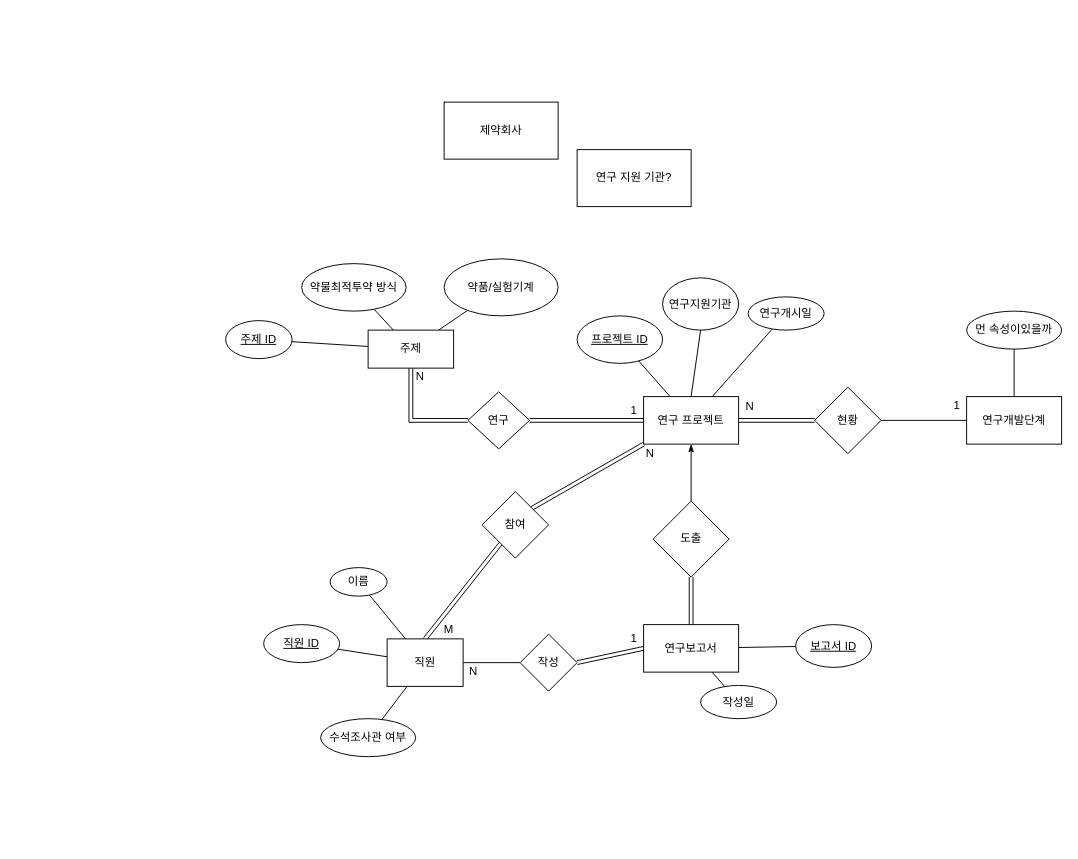
Earlier version of the draw.io diagram Project3.drawio (EarthlyZ9/database-proj3). Source tidied: cells renumbered, new cells numbered last; positions are measured from the earlier drawing's top-left corner, leaving out a move shared by most shapes. Both pictures are drawn from the tidied source at 95%, with x=0, y=0 at pixel (225, 102).
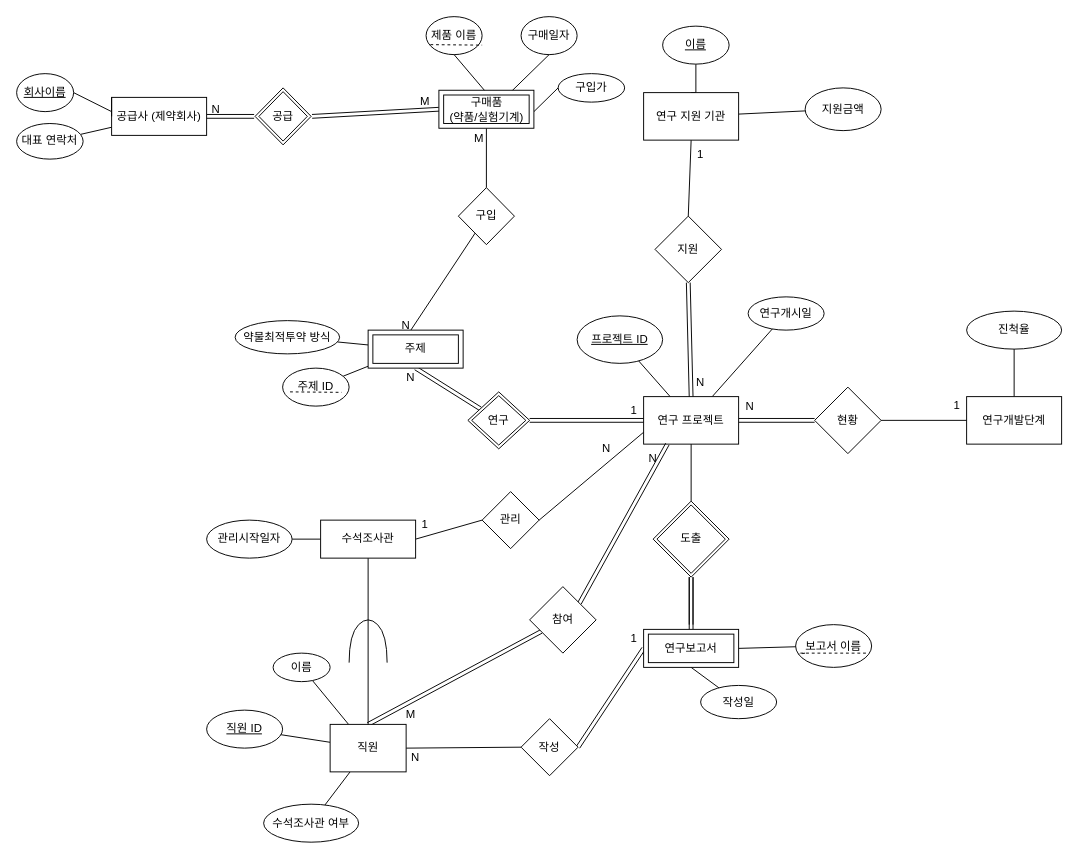
The same page after the edit.

Commit message:
Reflect weak entities and weak relations

Unchanged cells that the change refers to:
```xml
<mxCell id="7" value="연구 프로젝트" style="rounded=0;whiteSpace=wrap;html=1;" parent="1" vertex="1">
  <mxGeometry x="440" y="310" width="100" height="50" as="geometry" />
</mxCell>
<mxCell id="24" value="작성일" style="ellipse;whiteSpace=wrap;html=1;rounded=0;" parent="1" vertex="1">
  <mxGeometry x="500" y="614" width="80" height="35" as="geometry" />
</mxCell>
```

What changed in the source:
```diff
@@
+    <mxCell id="31" value="보고서 이름" style="ellipse;whiteSpace=wrap;html=1;rounded=0;" parent="1" vertex="1">
+      <mxGeometry x="600" y="550" width="80" height="45" as="geometry" />
+    </mxCell>
-    <mxCell id="2" style="rounded=0;jettySize=auto;html=1;exitX=0.5;exitY=0;exitDx=0;exitDy=0;entryX=0.5;entryY=1;entryDx=0;entryDy=0;endArrow=none;endFill=0;" parent="1" edge="1" source="7" target="8">
+    <mxCell id="2" style="rounded=0;jettySize=auto;html=1;exitX=0.5;exitY=0;exitDx=0;exitDy=0;entryX=0.5;entryY=1;entryDx=0;entryDy=0;endArrow=none;endFill=0;startArrow=none;" parent="1" edge="1" source="62" target="55">
       <mxGeometry relative="1" as="geometry" />
     </mxCell>
-    <mxCell id="3" style="edgeStyle=orthogonalEdgeStyle;rounded=0;jettySize=auto;html=1;endArrow=none;endFill=0;entryX=0.5;entryY=1;entryDx=0;entryDy=0;startArrow=none;shape=link;" parent="1" edge="1" source="38" target="15">
+    <mxCell id="3" style="rounded=0;jettySize=auto;html=1;endArrow=none;endFill=0;entryX=0.5;entryY=1;entryDx=0;entryDy=0;startArrow=none;shape=link;" parent="1" edge="1" source="38" target="15">
       <mxGeometry relative="1" as="geometry" />
     </mxCell>
@@
-    <mxCell id="8" value="연구지원기관" style="ellipse;whiteSpace=wrap;html=1;" parent="1" vertex="1">
-      <mxGeometry x="460" y="185" width="80" height="55" as="geometry" />
-    </mxCell>
@@
-    <mxCell id="11" value="먼 속성이있을까" style="ellipse;whiteSpace=wrap;html=1;rounded=0;" parent="1" vertex="1">
+    <mxCell id="11" value="진척율" style="ellipse;whiteSpace=wrap;html=1;rounded=0;" parent="1" vertex="1">
       <mxGeometry x="780" y="220" width="100" height="40" as="geometry" />
     </mxCell>
-    <mxCell id="12" style="edgeStyle=none;rounded=0;jettySize=auto;html=1;endArrow=none;endFill=0;" parent="1" edge="1" source="15" target="16">
-      <mxGeometry relative="1" as="geometry" />
+    <mxCell id="12" style="edgeStyle=none;rounded=0;jettySize=auto;html=1;endArrow=none;endFill=0;" parent="1" edge="1" target="16">
+      <mxGeometry relative="1" as="geometry">
+        <mxPoint x="150" y="255.6" as="sourcePoint" />
+      </mxGeometry>
     </mxCell>
-    <mxCell id="13" style="edgeStyle=none;rounded=0;jettySize=auto;html=1;endArrow=none;endFill=0;" parent="1" edge="1" source="15" target="17">
-      <mxGeometry relative="1" as="geometry" />
-    </mxCell>
-    <mxCell id="14" style="edgeStyle=none;rounded=0;jettySize=auto;html=1;endArrow=none;endFill=0;" parent="1" edge="1" source="15" target="52">
-      <mxGeometry relative="1" as="geometry" />
+    <mxCell id="14" style="edgeStyle=none;rounded=0;jettySize=auto;html=1;endArrow=none;endFill=0;" parent="1" edge="1" target="52">
+      <mxGeometry relative="1" as="geometry">
+        <mxPoint x="150" y="278" as="sourcePoint" />
+      </mxGeometry>
     </mxCell>
-    <mxCell id="15" value="주제" style="rounded=0;whiteSpace=wrap;html=1;" parent="1" vertex="1">
-      <mxGeometry x="150" y="240" width="90" height="40" as="geometry" />
-    </mxCell>
+    <mxCell id="57" style="rounded=0;jettySize=auto;html=1;exitX=0.5;exitY=0;exitDx=0;exitDy=0;endArrow=none;endFill=0;" parent="1" edge="1" target="69">
+      <mxGeometry relative="1" as="geometry">
+        <mxPoint x="195" y="240" as="sourcePoint" />
+      </mxGeometry>
+    </mxCell>
     <mxCell id="16" value="약물최적투약 방식" style="ellipse;whiteSpace=wrap;html=1;rounded=0;" parent="1" vertex="1">
-      <mxGeometry x="80" y="170" width="110" height="50" as="geometry" />
+      <mxGeometry x="10" y="230" width="110" height="35" as="geometry" />
     </mxCell>
-    <mxCell id="17" value="약품/실험기계" style="ellipse;whiteSpace=wrap;html=1;rounded=0;" parent="1" vertex="1">
-      <mxGeometry x="230" y="165" width="120" height="60" as="geometry" />
-    </mxCell>
-    <mxCell id="18" style="edgeStyle=none;rounded=0;jettySize=auto;html=1;endArrow=none;endFill=0;" parent="1" edge="1" source="20" target="24">
+    <mxCell id="18" style="edgeStyle=none;rounded=0;jettySize=auto;html=1;endArrow=none;endFill=0;exitX=0.5;exitY=1;exitDx=0;exitDy=0;" parent="1" edge="1" source="20" target="24">
       <mxGeometry relative="1" as="geometry" />
     </mxCell>
-    <mxCell id="19" style="edgeStyle=none;rounded=0;jettySize=auto;html=1;endArrow=none;endFill=0;" parent="1" edge="1" source="20" target="31">
+    <mxCell id="19" style="edgeStyle=none;rounded=0;jettySize=auto;html=1;endArrow=none;endFill=0;exitX=1;exitY=0.5;exitDx=0;exitDy=0;" parent="1" edge="1" source="20" target="31">
       <mxGeometry relative="1" as="geometry" />
     </mxCell>
-    <mxCell id="20" value="연구보고서" style="rounded=0;whiteSpace=wrap;html=1;" parent="1" vertex="1">
-      <mxGeometry x="440" y="550" width="100" height="50" as="geometry" />
-    </mxCell>
-    <mxCell id="21" style="edgeStyle=none;rounded=0;jettySize=auto;html=1;exitX=0.5;exitY=1;exitDx=0;exitDy=0;entryX=0.5;entryY=0;entryDx=0;entryDy=0;endArrow=none;endFill=0;shape=link;" parent="1" edge="1" source="23" target="20">
-      <mxGeometry relative="1" as="geometry" />
+    <mxCell id="21" style="edgeStyle=none;rounded=0;jettySize=auto;html=1;exitX=0.5;exitY=1;exitDx=0;exitDy=0;entryX=0.5;entryY=0;entryDx=0;entryDy=0;endArrow=none;endFill=0;shape=link;" parent="1" edge="1" source="23">
+      <mxGeometry relative="1" as="geometry">
+        <mxPoint x="490" y="550" as="targetPoint" />
+      </mxGeometry>
     </mxCell>
-    <mxCell id="22" style="edgeStyle=none;rounded=0;jettySize=auto;html=1;exitX=0.5;exitY=0;exitDx=0;exitDy=0;entryX=0.5;entryY=1;entryDx=0;entryDy=0;endArrow=classicThin;endFill=1;" parent="1" edge="1" source="23" target="7">
+    <mxCell id="22" style="edgeStyle=none;rounded=0;jettySize=auto;html=1;exitX=0.5;exitY=0;exitDx=0;exitDy=0;entryX=0.5;entryY=1;entryDx=0;entryDy=0;endArrow=none;endFill=0;" parent="1" edge="1" source="23" target="7">
       <mxGeometry relative="1" as="geometry" />
     </mxCell>
-    <mxCell id="23" value="도출" style="rhombus;whiteSpace=wrap;html=1;" parent="1" vertex="1">
+    <mxCell id="23" value="도출" style="rhombus;whiteSpace=wrap;html=1;double=1;" parent="1" vertex="1">
       <mxGeometry x="450" y="420" width="80" height="80" as="geometry" />
     </mxCell>
@@
     <mxCell id="30" value="직원" style="rounded=0;whiteSpace=wrap;html=1;" parent="1" vertex="1">
-      <mxGeometry x="170" y="565" width="80" height="50" as="geometry" />
+      <mxGeometry x="110" y="655" width="80" height="50" as="geometry" />
     </mxCell>
-    <mxCell id="31" value="&lt;u&gt;보고서 ID&lt;/u&gt;" style="ellipse;whiteSpace=wrap;html=1;rounded=0;" parent="1" vertex="1">
-      <mxGeometry x="600" y="550" width="80" height="45" as="geometry" />
-    </mxCell>
     <mxCell id="32" value="&lt;u&gt;직원 ID&lt;/u&gt;" style="ellipse;whiteSpace=wrap;html=1;rounded=0;" parent="1" vertex="1">
-      <mxGeometry x="40" y="550" width="80" height="40" as="geometry" />
+      <mxGeometry x="-20" y="640" width="80" height="40" as="geometry" />
     </mxCell>
     <mxCell id="33" value="이름" style="ellipse;whiteSpace=wrap;html=1;rounded=0;" parent="1" vertex="1">
-      <mxGeometry x="110" y="490" width="60" height="30" as="geometry" />
+      <mxGeometry x="50" y="580" width="60" height="30" as="geometry" />
     </mxCell>
-    <mxCell id="34" style="edgeStyle=none;rounded=0;jettySize=auto;html=1;exitX=1;exitY=0;exitDx=0;exitDy=0;entryX=0;entryY=1;entryDx=0;entryDy=0;endArrow=none;endFill=0;shape=link;" parent="1" edge="1" source="35" target="7">
+    <mxCell id="34" style="edgeStyle=none;rounded=0;jettySize=auto;html=1;exitX=1;exitY=0;exitDx=0;exitDy=0;entryX=0.75;entryY=0;entryDx=0;entryDy=0;endArrow=none;endFill=0;shape=link;" parent="1" edge="1" source="35" target="37">
       <mxGeometry relative="1" as="geometry" />
     </mxCell>
     <mxCell id="35" value="참여" style="rhombus;whiteSpace=wrap;html=1;" parent="1" vertex="1">
-      <mxGeometry x="270" y="410" width="70" height="70" as="geometry" />
+      <mxGeometry x="320" y="510" width="70" height="70" as="geometry" />
     </mxCell>
     <mxCell id="36" value="M" style="text;html=1;strokeColor=none;fillColor=none;align=center;verticalAlign=middle;whiteSpace=wrap;rounded=0;" parent="1" vertex="1">
-      <mxGeometry x="205" y="540" width="60" height="30" as="geometry" />
+      <mxGeometry x="164.5" y="630" width="60" height="30" as="geometry" />
     </mxCell>
     <mxCell id="37" value="N" style="text;html=1;strokeColor=none;fillColor=none;align=center;verticalAlign=middle;whiteSpace=wrap;rounded=0;" parent="1" vertex="1">
-      <mxGeometry x="417" y="355" width="60" height="30" as="geometry" />
+      <mxGeometry x="420" y="360" width="60" height="30" as="geometry" />
     </mxCell>
-    <mxCell id="38" value="연구" style="rhombus;whiteSpace=wrap;html=1;" parent="1" vertex="1">
+    <mxCell id="38" value="연구" style="rhombus;whiteSpace=wrap;html=1;double=1;" parent="1" vertex="1">
       <mxGeometry x="255" y="305" width="65" height="60" as="geometry" />
     </mxCell>
@@
     <mxCell id="42" value="N" style="text;html=1;strokeColor=none;fillColor=none;align=center;verticalAlign=middle;whiteSpace=wrap;rounded=0;" parent="1" vertex="1">
-      <mxGeometry x="175" y="273.5" width="60" height="30" as="geometry" />
+      <mxGeometry x="164.5" y="275" width="60" height="30" as="geometry" />
     </mxCell>
@@
     <mxCell id="44" value="작성" style="rhombus;whiteSpace=wrap;html=1;" parent="1" vertex="1">
-      <mxGeometry x="310" y="560" width="60" height="60" as="geometry" />
+      <mxGeometry x="311" y="649" width="60" height="60" as="geometry" />
     </mxCell>
     <mxCell id="45" value="N" style="text;html=1;strokeColor=none;fillColor=none;align=center;verticalAlign=middle;whiteSpace=wrap;rounded=0;" parent="1" vertex="1">
-      <mxGeometry x="231" y="584" width="60" height="30" as="geometry" />
+      <mxGeometry x="170" y="675" width="60" height="30" as="geometry" />
     </mxCell>
@@
-    <mxCell id="52" value="&lt;u&gt;주제 ID&lt;/u&gt;" style="ellipse;whiteSpace=wrap;html=1;rounded=0;" parent="1" vertex="1">
-      <mxGeometry y="230" width="70" height="40" as="geometry" />
+    <mxCell id="52" value="주제 ID" style="ellipse;whiteSpace=wrap;html=1;rounded=0;" parent="1" vertex="1">
+      <mxGeometry x="60" y="280" width="70" height="40" as="geometry" />
     </mxCell>
     <mxCell id="53" value="수석조사관 여부" style="ellipse;whiteSpace=wrap;html=1;rounded=0;" parent="1" vertex="1">
-      <mxGeometry x="100" y="649" width="100" height="40" as="geometry" />
+      <mxGeometry x="40" y="739" width="100" height="40" as="geometry" />
     </mxCell>
@@
+    <mxCell id="58" style="edgeStyle=orthogonalEdgeStyle;rounded=0;jettySize=auto;html=1;exitX=0.5;exitY=0;exitDx=0;exitDy=0;entryX=0.5;entryY=1;entryDx=0;entryDy=0;endArrow=none;endFill=0;" parent="1" edge="1" source="55" target="66">
+      <mxGeometry relative="1" as="geometry" />
+    </mxCell>
+    <mxCell id="59" style="rounded=0;jettySize=auto;html=1;endArrow=none;endFill=0;" parent="1" edge="1" source="55" target="67">
+      <mxGeometry relative="1" as="geometry" />
+    </mxCell>
-    <mxCell id="55" value="연구 지원 기관?" style="rounded=0;whiteSpace=wrap;html=1;" parent="1" vertex="1">
-      <mxGeometry x="370" y="50" width="120" height="60" as="geometry" />
+    <mxCell id="55" value="연구 지원 기관" style="rounded=0;whiteSpace=wrap;html=1;" parent="1" vertex="1">
+      <mxGeometry x="440" y="-10" width="100" height="50" as="geometry" />
     </mxCell>
-    <mxCell id="56" value="제약회사" style="rounded=0;whiteSpace=wrap;html=1;" parent="1" vertex="1">
-      <mxGeometry x="230" width="120" height="60" as="geometry" />
-    </mxCell>
+    <mxCell id="60" style="edgeStyle=none;rounded=0;jettySize=auto;html=1;exitX=0.75;exitY=0;exitDx=0;exitDy=0;entryX=0.5;entryY=1;entryDx=0;entryDy=0;endArrow=none;endFill=0;" parent="1" edge="1" target="81">
+      <mxGeometry relative="1" as="geometry">
+        <mxPoint x="299.5" y="-10" as="sourcePoint" />
+      </mxGeometry>
+    </mxCell>
+    <mxCell id="61" style="edgeStyle=none;rounded=0;jettySize=auto;html=1;exitX=1;exitY=0.5;exitDx=0;exitDy=0;entryX=0;entryY=0.5;entryDx=0;entryDy=0;endArrow=none;endFill=0;" parent="1" edge="1" target="84">
+      <mxGeometry relative="1" as="geometry">
+        <mxPoint x="324.5" y="10" as="sourcePoint" />
+      </mxGeometry>
+    </mxCell>
+    <mxCell id="62" value="지원" style="rhombus;whiteSpace=wrap;html=1;" parent="1" vertex="1">
+      <mxGeometry x="452" y="120" width="70" height="70" as="geometry" />
+    </mxCell>
+    <mxCell id="63" style="rounded=0;jettySize=auto;html=1;exitX=0.5;exitY=0;exitDx=0;exitDy=0;entryX=0.5;entryY=1;entryDx=0;entryDy=0;endArrow=none;endFill=0;shape=link;" parent="1" edge="1" source="7" target="62">
+      <mxGeometry relative="1" as="geometry" />
+    </mxCell>
+    <mxCell id="64" value="1" style="text;html=1;strokeColor=none;fillColor=none;align=center;verticalAlign=middle;whiteSpace=wrap;rounded=0;" parent="1" vertex="1">
+      <mxGeometry x="470" y="40" width="60" height="30" as="geometry" />
+    </mxCell>
+    <mxCell id="65" value="N" style="text;html=1;strokeColor=none;fillColor=none;align=center;verticalAlign=middle;whiteSpace=wrap;rounded=0;" parent="1" vertex="1">
+      <mxGeometry x="470" y="280" width="60" height="30" as="geometry" />
+    </mxCell>
+    <mxCell id="66" value="&lt;u&gt;이름&lt;/u&gt;" style="ellipse;whiteSpace=wrap;html=1;rounded=0;" parent="1" vertex="1">
+      <mxGeometry x="460" y="-80" width="70" height="40" as="geometry" />
+    </mxCell>
+    <mxCell id="67" value="지원금액" style="ellipse;whiteSpace=wrap;html=1;rounded=0;" parent="1" vertex="1">
+      <mxGeometry x="610" y="-15" width="80" height="45" as="geometry" />
+    </mxCell>
+    <mxCell id="68" style="rounded=0;jettySize=auto;html=1;exitX=0.5;exitY=0;exitDx=0;exitDy=0;endArrow=none;endFill=0;entryX=0.5;entryY=1;entryDx=0;entryDy=0;" parent="1" edge="1" source="69" target="85">
+      <mxGeometry relative="1" as="geometry" />
+    </mxCell>
+    <mxCell id="69" value="구입" style="rhombus;whiteSpace=wrap;html=1;" parent="1" vertex="1">
+      <mxGeometry x="245" y="90" width="59" height="60" as="geometry" />
+    </mxCell>
+    <mxCell id="70" style="edgeStyle=orthogonalEdgeStyle;rounded=0;jettySize=auto;html=1;exitX=1;exitY=0.5;exitDx=0;exitDy=0;endArrow=none;endFill=0;shape=link;" parent="1" edge="1" source="73" target="75">
+      <mxGeometry relative="1" as="geometry" />
+    </mxCell>
+    <mxCell id="71" style="rounded=0;jettySize=auto;html=1;entryX=1;entryY=0.5;entryDx=0;entryDy=0;endArrow=none;endFill=0;" parent="1" edge="1" target="78">
+      <mxGeometry relative="1" as="geometry">
+        <mxPoint x="-120" y="10" as="sourcePoint" />
+      </mxGeometry>
+    </mxCell>
+    <mxCell id="72" style="edgeStyle=none;rounded=0;jettySize=auto;html=1;endArrow=none;endFill=0;" parent="1" edge="1" source="73" target="79">
+      <mxGeometry relative="1" as="geometry" />
+    </mxCell>
+    <mxCell id="73" value="공급사 (제약회사)" style="rounded=0;whiteSpace=wrap;html=1;" parent="1" vertex="1">
+      <mxGeometry x="-120" y="-5" width="100" height="40" as="geometry" />
+    </mxCell>
+    <mxCell id="74" style="rounded=0;jettySize=auto;html=1;exitX=1;exitY=0.5;exitDx=0;exitDy=0;entryX=0;entryY=0.5;entryDx=0;entryDy=0;endArrow=none;endFill=0;shape=link;" parent="1" edge="1" source="75" target="85">
+      <mxGeometry relative="1" as="geometry" />
+    </mxCell>
+    <mxCell id="75" value="공급" style="rhombus;whiteSpace=wrap;html=1;perimeterSpacing=1;double=1;" parent="1" vertex="1">
+      <mxGeometry x="31" y="-15" width="59" height="60" as="geometry" />
+    </mxCell>
+    <mxCell id="76" value="N" style="text;html=1;strokeColor=none;fillColor=none;align=center;verticalAlign=middle;whiteSpace=wrap;rounded=0;" parent="1" vertex="1">
+      <mxGeometry x="-40" y="-7.5" width="60" height="30" as="geometry" />
+    </mxCell>
+    <mxCell id="77" value="M" style="text;html=1;strokeColor=none;fillColor=none;align=center;verticalAlign=middle;whiteSpace=wrap;rounded=0;" parent="1" vertex="1">
+      <mxGeometry x="180" y="-15" width="60" height="30" as="geometry" />
+    </mxCell>
+    <mxCell id="78" value="&lt;u&gt;회사이름&lt;/u&gt;" style="ellipse;whiteSpace=wrap;html=1;" parent="1" vertex="1">
+      <mxGeometry x="-220" y="-30" width="60" height="40" as="geometry" />
+    </mxCell>
+    <mxCell id="79" value="대표 연락처" style="ellipse;whiteSpace=wrap;html=1;rounded=0;" parent="1" vertex="1">
+      <mxGeometry x="-220" y="22.5" width="70" height="37.5" as="geometry" />
+    </mxCell>
+    <mxCell id="80" style="edgeStyle=none;rounded=0;orthogonalLoop=1;jettySize=auto;html=1;exitX=0;exitY=0;exitDx=0;exitDy=0;entryX=0;entryY=0.5;entryDx=0;entryDy=0;endArrow=none;endFill=0;" parent="1" edge="1" source="73" target="73">
+      <mxGeometry relative="1" as="geometry" />
+    </mxCell>
+    <mxCell id="81" value="구매일자" style="ellipse;whiteSpace=wrap;html=1;" parent="1" vertex="1">
+      <mxGeometry x="311" y="-90" width="59" height="40" as="geometry" />
+    </mxCell>
+    <mxCell id="82" style="edgeStyle=none;rounded=0;jettySize=auto;html=1;exitX=0.5;exitY=1;exitDx=0;exitDy=0;entryX=0.5;entryY=0;entryDx=0;entryDy=0;endArrow=none;endFill=0;" parent="1" edge="1" source="83">
+      <mxGeometry relative="1" as="geometry">
+        <mxPoint x="274.5" y="-10" as="targetPoint" />
+      </mxGeometry>
+    </mxCell>
+    <mxCell id="83" value="제품 이름" style="ellipse;whiteSpace=wrap;html=1;" parent="1" vertex="1">
+      <mxGeometry x="211" y="-90" width="59" height="40" as="geometry" />
+    </mxCell>
+    <mxCell id="84" value="구입가" style="ellipse;whiteSpace=wrap;html=1;rounded=0;" parent="1" vertex="1">
+      <mxGeometry x="350" y="-30" width="70" height="30" as="geometry" />
+    </mxCell>
+    <mxCell id="85" value="구매품&lt;br&gt;(약품/실험기계)" style="shape=ext;margin=3;double=1;whiteSpace=wrap;html=1;align=center;rounded=0;shadow=0;glass=0;comic=0;sketch=0;fillStyle=auto;strokeColor=default;fontFamily=Helvetica;fontSize=12;fontColor=default;fillColor=default;" parent="1" vertex="1">
+      <mxGeometry x="224.5" y="-12.5" width="100" height="40" as="geometry" />
+    </mxCell>
+    <mxCell id="15" value="주제" style="shape=ext;margin=3;double=1;whiteSpace=wrap;html=1;align=center;rounded=0;shadow=0;glass=0;comic=0;sketch=0;fillStyle=auto;strokeColor=default;fontFamily=Helvetica;fontSize=12;fontColor=default;fillColor=default;" parent="1" vertex="1">
+      <mxGeometry x="150" y="240" width="100" height="40" as="geometry" />
+    </mxCell>
+    <mxCell id="86" style="edgeStyle=none;shape=link;rounded=0;jettySize=auto;html=1;fontFamily=Helvetica;fontSize=12;fontColor=default;endArrow=none;endFill=0;exitX=0.5;exitY=0;exitDx=0;exitDy=0;" parent="1" edge="1" source="20" target="23">
+      <mxGeometry relative="1" as="geometry" />
+    </mxCell>
+    <mxCell id="20" value="연구보고서" style="shape=ext;margin=3;double=1;whiteSpace=wrap;html=1;align=center;rounded=0;shadow=0;glass=0;comic=0;sketch=0;fillStyle=auto;strokeColor=default;fontFamily=Helvetica;fontSize=12;fontColor=default;fillColor=default;" parent="1" vertex="1">
+      <mxGeometry x="440" y="555" width="100" height="40" as="geometry" />
+    </mxCell>
+    <mxCell id="87" style="endArrow=none;html=1;rounded=0;fontFamily=Helvetica;fontSize=12;fontColor=default;dashed=1;" parent="1" edge="1" target="31">
+      <mxGeometry relative="1" as="geometry">
+        <mxPoint x="610" y="580" as="sourcePoint" />
+      </mxGeometry>
+    </mxCell>
+    <mxCell id="88" style="endArrow=none;html=1;rounded=0;dashed=1;fontFamily=Helvetica;fontSize=12;fontColor=default;" parent="1" edge="1">
+      <mxGeometry relative="1" as="geometry">
+        <mxPoint x="605" y="580" as="sourcePoint" />
+        <mxPoint x="675" y="580" as="targetPoint" />
+      </mxGeometry>
+    </mxCell>
+    <mxCell id="89" style="endArrow=none;html=1;rounded=0;dashed=1;fontFamily=Helvetica;fontSize=12;fontColor=default;" parent="1" edge="1">
+      <mxGeometry relative="1" as="geometry">
+        <mxPoint x="215.5" y="-60.5" as="sourcePoint" />
+        <mxPoint x="270" y="-60" as="targetPoint" />
+      </mxGeometry>
+    </mxCell>
+    <mxCell id="90" style="endArrow=none;html=1;rounded=0;dashed=1;fontFamily=Helvetica;fontSize=12;fontColor=default;" parent="1" edge="1">
+      <mxGeometry relative="1" as="geometry">
+        <mxPoint x="67.8" y="305" as="sourcePoint" />
+        <mxPoint x="122.2" y="305.5" as="targetPoint" />
+      </mxGeometry>
+    </mxCell>
+    <mxCell id="91" value="N" style="text;html=1;strokeColor=none;fillColor=none;align=center;verticalAlign=middle;whiteSpace=wrap;rounded=0;" parent="1" vertex="1">
+      <mxGeometry x="160" y="220" width="60" height="30" as="geometry" />
+    </mxCell>
+    <mxCell id="92" value="M" style="text;html=1;strokeColor=none;fillColor=none;align=center;verticalAlign=middle;whiteSpace=wrap;rounded=0;" parent="1" vertex="1">
+      <mxGeometry x="237" y="22.5" width="60" height="30" as="geometry" />
+    </mxCell>
+    <mxCell id="93" style="edgeStyle=none;rounded=0;jettySize=auto;html=1;exitX=0.5;exitY=1;exitDx=0;exitDy=0;fontFamily=Helvetica;fontSize=12;fontColor=default;endArrow=none;endFill=0;" parent="1" edge="1" source="96" target="30">
+      <mxGeometry relative="1" as="geometry" />
+    </mxCell>
+    <mxCell id="94" style="rounded=0;jettySize=auto;html=1;fontFamily=Helvetica;fontSize=12;fontColor=default;endArrow=none;endFill=0;" parent="1" edge="1" source="96" target="98">
+      <mxGeometry relative="1" as="geometry" />
+    </mxCell>
+    <mxCell id="95" style="edgeStyle=none;rounded=0;jettySize=auto;html=1;exitX=1;exitY=0.5;exitDx=0;exitDy=0;entryX=0;entryY=0.5;entryDx=0;entryDy=0;fontFamily=Helvetica;fontSize=12;fontColor=default;endArrow=none;endFill=0;startArrow=none;" parent="1" edge="1" source="96" target="100">
+      <mxGeometry relative="1" as="geometry" />
+    </mxCell>
+    <mxCell id="96" value="수석조사관" style="whiteSpace=wrap;html=1;align=center;rounded=0;shadow=0;glass=0;comic=0;sketch=0;fillStyle=auto;strokeColor=default;fontFamily=Helvetica;fontSize=12;fontColor=default;fillColor=default;" parent="1" vertex="1">
+      <mxGeometry x="100" y="440" width="100" height="40" as="geometry" />
+    </mxCell>
+    <mxCell id="97" style="endArrow=none;html=1;rounded=0;fontFamily=Helvetica;fontSize=12;fontColor=default;curved=1;" parent="1" edge="1">
+      <mxGeometry relative="1" as="geometry">
+        <mxPoint x="130" y="590" as="sourcePoint" />
+        <mxPoint x="170" y="590" as="targetPoint" />
+        <Array as="points">
+          <mxPoint x="130" y="560" />
+          <mxPoint x="150" y="540" />
+          <mxPoint x="170" y="560" />
+        </Array>
+      </mxGeometry>
+    </mxCell>
+    <mxCell id="98" value="관리시작일자" style="ellipse;whiteSpace=wrap;html=1;rounded=0;shadow=0;glass=0;comic=0;sketch=0;fillStyle=auto;" parent="1" vertex="1">
+      <mxGeometry x="-20" y="440" width="90" height="40" as="geometry" />
+    </mxCell>
+    <mxCell id="99" style="edgeStyle=none;rounded=0;jettySize=auto;html=1;exitX=1;exitY=0.5;exitDx=0;exitDy=0;entryX=0;entryY=0.75;entryDx=0;entryDy=0;fontFamily=Helvetica;fontSize=12;fontColor=default;endArrow=none;endFill=0;" parent="1" edge="1" source="100" target="7">
+      <mxGeometry relative="1" as="geometry" />
+    </mxCell>
+    <mxCell id="100" value="관리" style="rhombus;whiteSpace=wrap;html=1;" parent="1" vertex="1">
+      <mxGeometry x="270" y="410" width="60" height="60" as="geometry" />
+    </mxCell>
+    <mxCell id="101" value="1" style="text;html=1;strokeColor=none;fillColor=none;align=center;verticalAlign=middle;whiteSpace=wrap;rounded=0;" parent="1" vertex="1">
+      <mxGeometry x="180" y="430" width="60" height="30" as="geometry" />
+    </mxCell>
+    <mxCell id="102" value="N" style="text;html=1;strokeColor=none;fillColor=none;align=center;verticalAlign=middle;whiteSpace=wrap;rounded=0;" parent="1" vertex="1">
+      <mxGeometry x="371" y="350" width="60" height="30" as="geometry" />
+    </mxCell>
```
